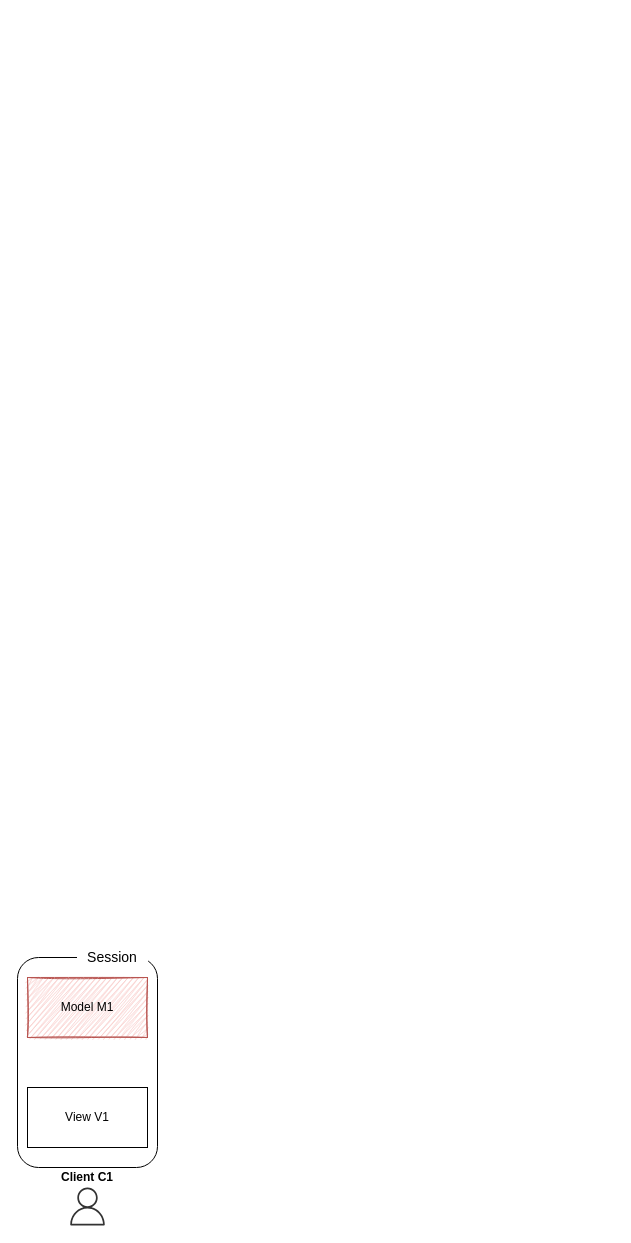
Earlier version of the draw.io diagram page "OneUser" (1 of 18) of demos/swd21/croquet/croquet-uc.drawio (LivelyKernel/lively4-core). Source tidied: cells renumbered, new cells numbered last; positions are measured from the earlier drawing's top-left corner, leaving out a move shared by most shapes. Both pictures are drawn from the tidied source at 100%, with x=0, y=0 at pixel (17, 947). Pictures stored in the file or linked from it are replaced by grey dashed boxes.
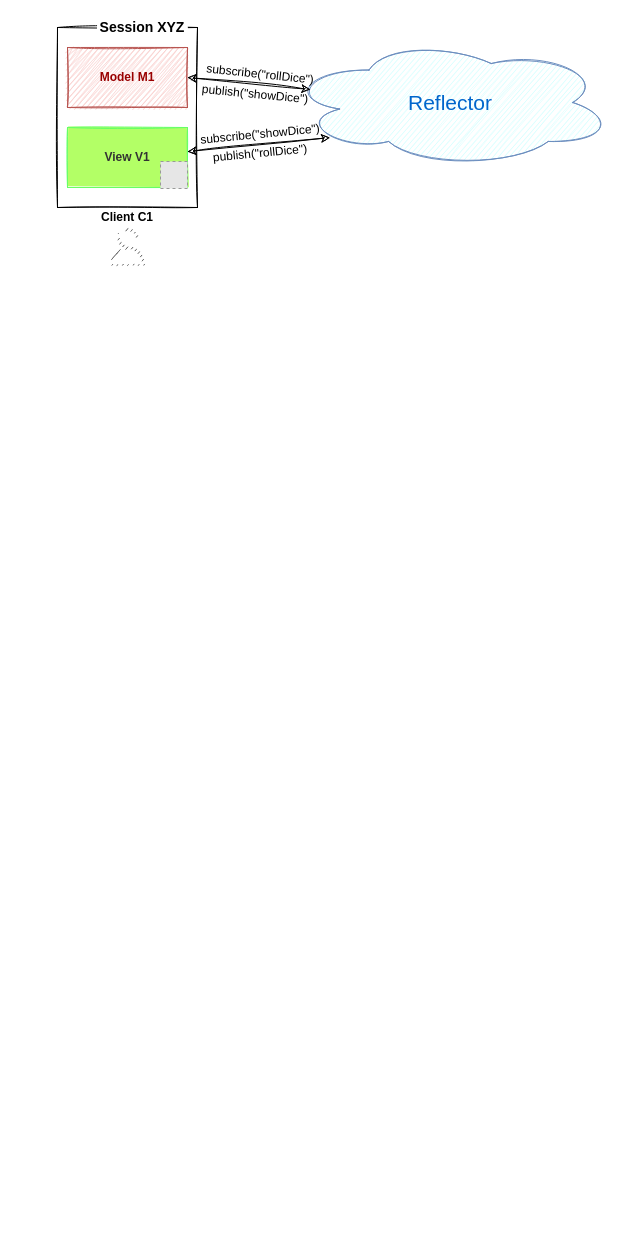
Above is the later version.

What changed in the source:
```diff
@@
 <mxGraphModel background="#ffffff">
   <root>
     <mxCell id="0" />
     <mxCell id="1" parent="0" />
-    <mxCell id="2" style="rounded=1;whiteSpace=wrap;html=1;fillColor=none;" parent="1" vertex="1">
-      <mxGeometry y="10" width="140" height="210" as="geometry" />
+    <mxCell id="2" style="whiteSpace=wrap;html=1;fillColor=none;sketch=1;" parent="1" vertex="1">
+      <mxGeometry x="40" y="-920" width="140" height="180" as="geometry" />
     </mxCell>
+    <mxCell id="4" value="View V1" style="whiteSpace=wrap;html=1;fontColor=#333333;fillStyle=solid;fontStyle=1;strokeColor=#66FF66;fillColor=#B3FF66;sketch=1;" parent="1" vertex="1">
+      <mxGeometry x="50" y="-820" width="120" height="60" as="geometry" />
+    </mxCell>
-    <mxCell id="3" value="Model M1" style="rounded=0;whiteSpace=wrap;html=1;fillColor=#f8cecc;strokeColor=#b85450;sketch=1;fillStyle=zigzag;" parent="1" vertex="1">
-      <mxGeometry x="10" y="30" width="120" height="60" as="geometry" />
+    <mxCell id="3" value="Model M1" style="whiteSpace=wrap;html=1;fillColor=#f8cecc;strokeColor=#b85450;fillStyle=zigzag;fontColor=#990000;fontStyle=1;sketch=1;" parent="1" vertex="1">
+      <mxGeometry x="50" y="-900" width="120" height="60" as="geometry" />
     </mxCell>
-    <mxCell id="4" value="View V1" style="rounded=0;whiteSpace=wrap;html=1;" parent="1" vertex="1">
-      <mxGeometry x="10" y="140" width="120" height="60" as="geometry" />
-    </mxCell>
-    <mxCell id="5" value="Client C1" style="text;html=1;strokeColor=none;fillColor=none;align=center;verticalAlign=middle;whiteSpace=wrap;rounded=0;fontStyle=1;" parent="1" vertex="1">
-      <mxGeometry x="35" y="220" width="70" height="20" as="geometry" />
+    <mxCell id="5" value="Client C1" style="text;html=1;strokeColor=none;fillColor=none;align=center;verticalAlign=middle;whiteSpace=wrap;fontStyle=1;sketch=1;" parent="1" vertex="1">
+      <mxGeometry x="75" y="-740" width="70" height="20" as="geometry" />
     </mxCell>
-    <mxCell id="6" value="Session" style="text;html=1;align=center;verticalAlign=middle;whiteSpace=wrap;rounded=0;sketch=1;fontSize=14;fillColor=#ffffff;" parent="1" vertex="1">
-      <mxGeometry x="60" width="70" height="20" as="geometry" />
+    <mxCell id="6" value="Session XYZ" style="text;html=1;align=center;verticalAlign=middle;whiteSpace=wrap;fontSize=14;fillColor=#ffffff;fontStyle=1;sketch=1;" parent="1" vertex="1">
+      <mxGeometry x="80" y="-930" width="90" height="20" as="geometry" />
     </mxCell>
-    <mxCell id="7" style="dashed=0;verticalLabelPosition=bottom;verticalAlign=top;align=center;html=1;fontSize=12;fontStyle=0;shape=mxgraph.aws4.user;sketch=0;fillColor=#333333;strokeWidth=1;" parent="1" vertex="1">
-      <mxGeometry x="51" y="240" width="38" height="38" as="geometry" />
+    <mxCell id="7" style="dashed=0;verticalLabelPosition=bottom;verticalAlign=top;align=center;html=1;fontSize=12;fontStyle=0;shape=mxgraph.aws4.user;fillColor=#333333;strokeWidth=1;sketch=1;" parent="1" vertex="1">
+      <mxGeometry x="91" y="-720" width="38" height="38" as="geometry" />
     </mxCell>
+    <mxCell id="8" value="Reflector" style="ellipse;shape=cloud;whiteSpace=wrap;html=1;fontSize=21;strokeColor=#6c8ebf;fillColor=#CCFFFF;fontColor=#0066CC;sketch=1;" parent="1" vertex="1">
+      <mxGeometry x="270" y="-910" width="326" height="130" as="geometry" />
+    </mxCell>
+    <mxCell id="9" style="orthogonalLoop=1;jettySize=auto;html=1;entryX=0.13;entryY=0.77;entryDx=0;entryDy=0;entryPerimeter=0;fontColor=#990000;startArrow=classic;startFill=1;sketch=1;" parent="1" edge="1">
+      <mxGeometry relative="1" as="geometry">
+        <mxPoint x="170" y="-795.9" as="sourcePoint" />
+        <mxPoint x="312.4" y="-809.9" as="targetPoint" />
+      </mxGeometry>
+    </mxCell>
+    <mxCell id="10" style="edgeStyle=none;orthogonalLoop=1;jettySize=auto;html=1;entryX=1;entryY=0.5;entryDx=0;entryDy=0;fontSize=12;fontColor=#000000;exitX=0.07;exitY=0.4;exitDx=0;exitDy=0;exitPerimeter=0;startArrow=classic;startFill=1;sketch=1;" parent="1" edge="1">
+      <mxGeometry relative="1" as="geometry">
+        <mxPoint x="292.8" y="-858" as="sourcePoint" />
+        <mxPoint x="170" y="-870" as="targetPoint" />
+      </mxGeometry>
+    </mxCell>
+    <mxCell id="11" value="publish(&quot;rollDice&quot;)" style="text;html=1;strokeColor=none;fillColor=none;align=center;verticalAlign=middle;whiteSpace=wrap;fontSize=12;rotation=354.5;sketch=1;" parent="1" vertex="1">
+      <mxGeometry x="190" y="-804" width="106" height="20" as="geometry" />
+    </mxCell>
+    <mxCell id="12" value="subscribe(&quot;rollDice&quot;)" style="text;html=1;strokeColor=none;fillColor=none;align=center;verticalAlign=middle;whiteSpace=wrap;fontSize=12;rotation=6;sketch=1;" parent="1" vertex="1">
+      <mxGeometry x="190" y="-883" width="106" height="20" as="geometry" />
+    </mxCell>
+    <mxCell id="13" value="subscribe(&quot;showDice&quot;)" style="text;html=1;strokeColor=none;fillColor=none;align=center;verticalAlign=middle;whiteSpace=wrap;fontSize=12;rotation=354.5;sketch=1;" parent="1" vertex="1">
+      <mxGeometry x="190" y="-823" width="106" height="20" as="geometry" />
+    </mxCell>
+    <mxCell id="14" value="publish(&quot;showDice&quot;)" style="text;html=1;strokeColor=none;fillColor=none;align=center;verticalAlign=middle;whiteSpace=wrap;fontSize=12;rotation=5.5;sketch=1;" parent="1" vertex="1">
+      <mxGeometry x="185" y="-863" width="106" height="20" as="geometry" />
+    </mxCell>
+    <mxCell id="15" style="fillColor=#E6E6E6;strokeColor=#999999;dashed=1;verticalLabelPosition=bottom;labelBackgroundColor=#ffffff;verticalAlign=top;" parent="1" vertex="1">
+      <mxGeometry x="143" y="-786" width="27" height="27" as="geometry" />
+    </mxCell>
   </root>
 </mxGraphModel>
```
